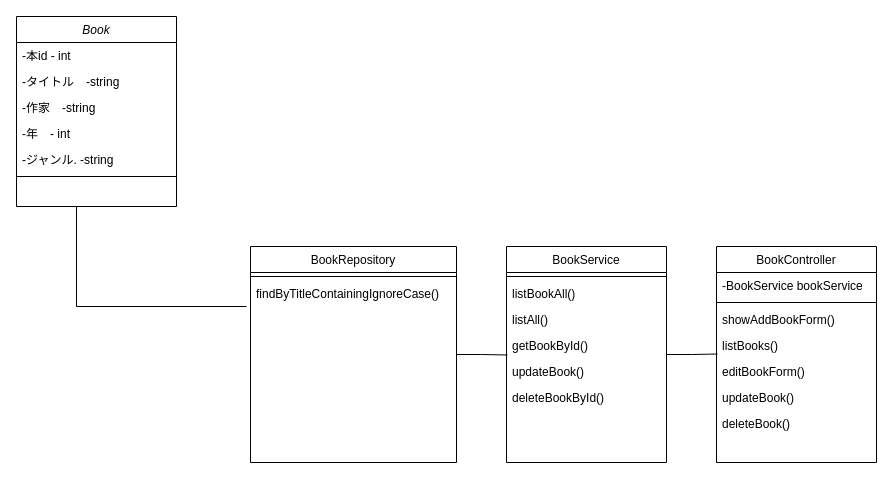
This is Untitled Diagram.drawio from SuLeiMin/NewLibrarySystem, a draw.io file, before an edit. Source tidied: cells renumbered, new cells numbered last; positions are measured from the earlier drawing's top-left corner, leaving out a move shared by most shapes. Both pictures are drawn from the tidied source at 100%, with x=0, y=0 at pixel (16, 16).
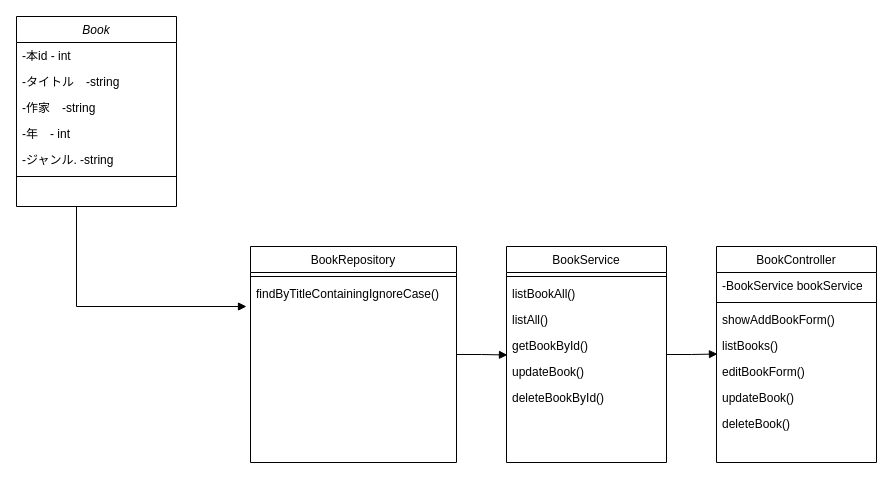
The same diagram, later.

The change refers to these unchanged cells:
```xml
<mxCell id="9" value="BookRepository" style="swimlane;fontStyle=0;align=center;verticalAlign=top;horizontal=1;startSize=26;rounded=0;shadow=0;strokeWidth=1;" parent="1" vertex="1">
  <mxGeometry x="234" y="230" width="206" height="216" as="geometry" />
</mxCell>
<mxCell id="12" value="BookService" style="swimlane;fontStyle=0;align=center;verticalAlign=top;horizontal=1;startSize=26;rounded=0;shadow=0;strokeWidth=1;" parent="1" vertex="1">
  <mxGeometry x="490" y="230" width="160" height="216" as="geometry" />
</mxCell>
<mxCell id="16" value="getBookById()" style="text;align=left;verticalAlign=top;spacingLeft=4;spacingRight=4;overflow=hidden;points=[[0,0.5],[1,0.5]];portConstraint=eastwest;" parent="12" vertex="1">
  <mxGeometry y="86" width="160" height="26" as="geometry" />
</mxCell>
<mxCell id="23" value="listBooks()" style="text;align=left;verticalAlign=top;spacingLeft=4;spacingRight=4;overflow=hidden;points=[[0,0.5],[1,0.5]];portConstraint=eastwest;" parent="19" vertex="1">
  <mxGeometry y="86" width="160" height="26" as="geometry" />
</mxCell>
```

What changed in the source:
```diff
@@
-    <mxCell id="27" style="edgeStyle=orthogonalEdgeStyle;rounded=0;orthogonalLoop=1;jettySize=auto;html=1;endArrow=none;startFill=0;" parent="1" edge="1">
+    <mxCell id="27" style="edgeStyle=orthogonalEdgeStyle;rounded=0;orthogonalLoop=1;jettySize=auto;html=1;endArrow=block;startFill=0;endFill=1;" parent="1" edge="1">
       <mxGeometry relative="1" as="geometry">
         <mxPoint x="60" y="190" as="sourcePoint" />
         <mxPoint x="230" y="290" as="targetPoint" />
         <Array as="points">
           <mxPoint x="60" y="290" />
           <mxPoint x="230" y="290" />
         </Array>
       </mxGeometry>
     </mxCell>
-    <mxCell id="28" style="edgeStyle=orthogonalEdgeStyle;rounded=0;jettySize=auto;html=1;entryX=0.006;entryY=0.865;entryDx=0;entryDy=0;entryPerimeter=0;endArrow=none;startFill=0;" parent="1" edge="1" source="9" target="16">
+    <mxCell id="28" style="edgeStyle=orthogonalEdgeStyle;rounded=0;jettySize=auto;html=1;entryX=0.006;entryY=0.865;entryDx=0;entryDy=0;entryPerimeter=0;endArrow=block;startFill=0;endFill=1;" parent="1" edge="1" source="9" target="16">
       <mxGeometry relative="1" as="geometry" />
     </mxCell>
-    <mxCell id="29" style="edgeStyle=orthogonalEdgeStyle;rounded=0;jettySize=auto;html=1;entryX=0.006;entryY=0.827;entryDx=0;entryDy=0;entryPerimeter=0;endArrow=none;startFill=0;" parent="1" edge="1" source="12" target="23">
+    <mxCell id="29" style="edgeStyle=orthogonalEdgeStyle;rounded=0;jettySize=auto;html=1;entryX=0.006;entryY=0.827;entryDx=0;entryDy=0;entryPerimeter=0;endArrow=block;startFill=0;endFill=1;" parent="1" edge="1" source="12" target="23">
       <mxGeometry relative="1" as="geometry" />
     </mxCell>
```
